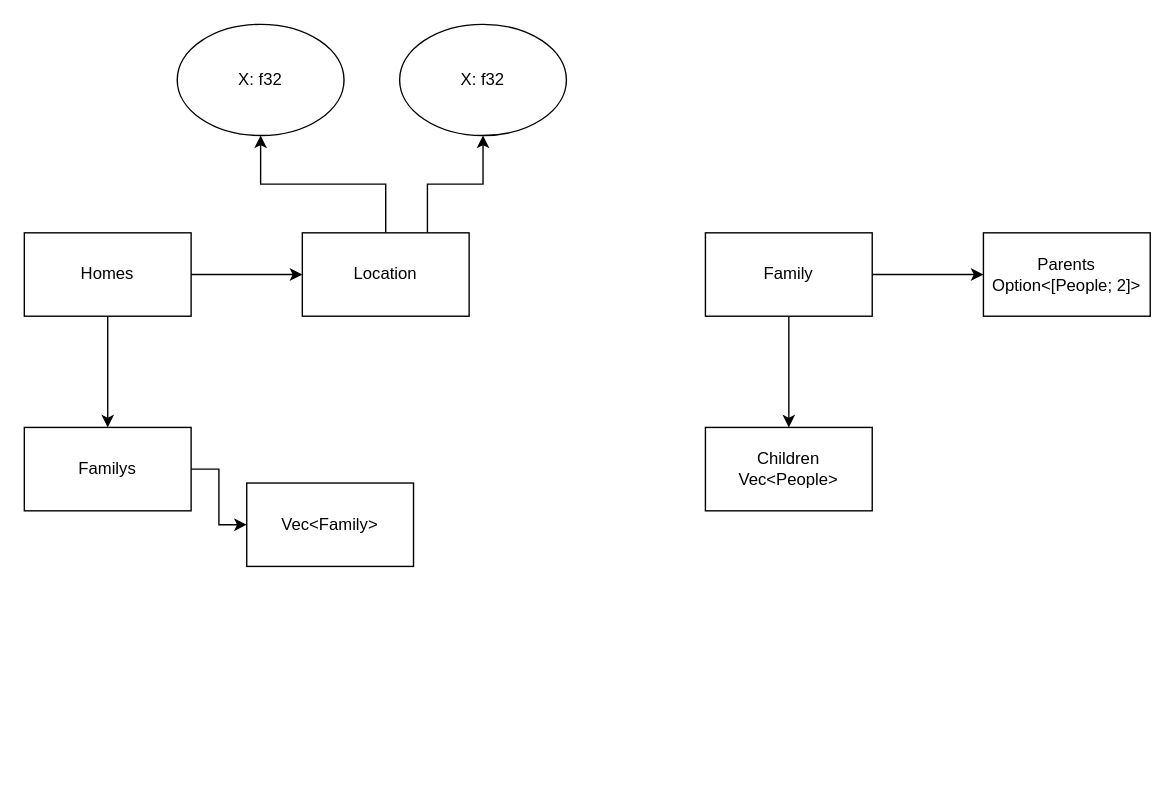
This is EpidemicAmethyst/EpidemicDataStructure.drawio from IAmMadfly/AmethystTests, a draw.io file, before an edit. Source tidied: cells renumbered, new cells numbered last; positions are measured from the earlier drawing's top-left corner, leaving out a move shared by most shapes. Both pictures are drawn from the tidied source at 139%, with x=0, y=0 at pixel (24, 24).
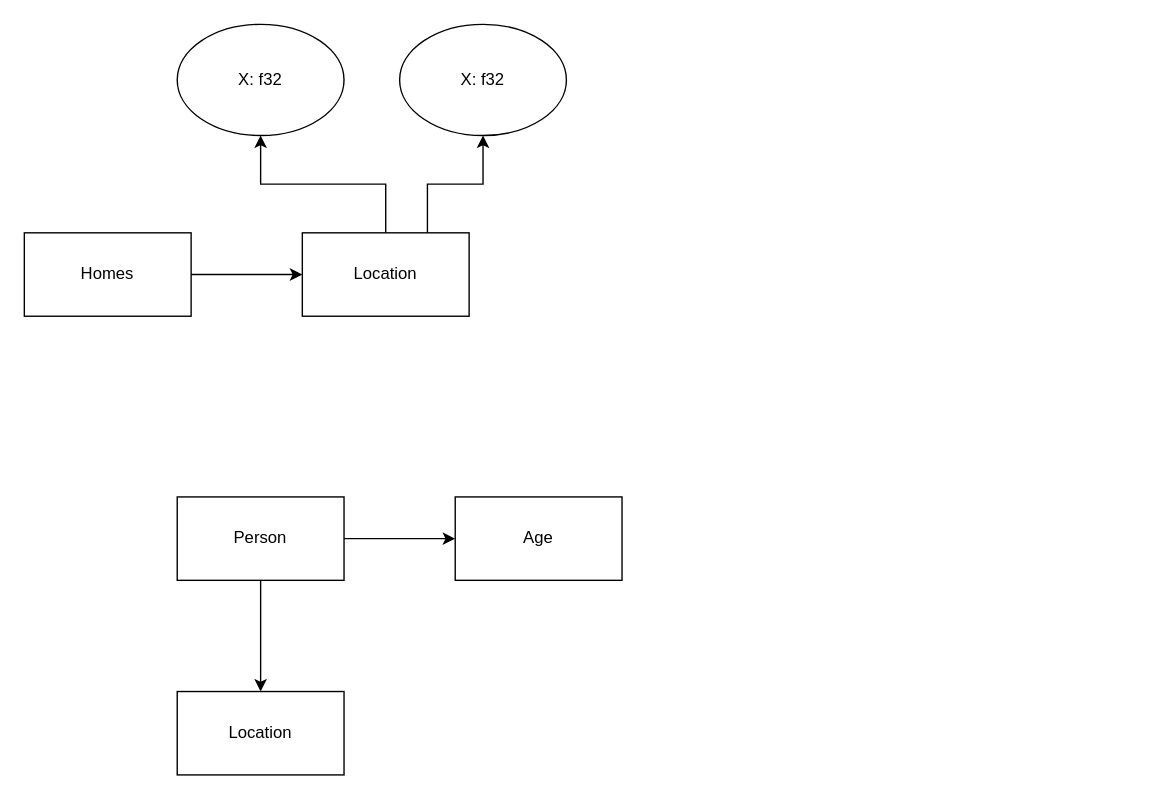
The same page after the edit.

Commit message (it also covers changes not shown here):
Adding new structure of course

Diff of the diagram source:
```diff
@@
 <mxGraphModel>
   <root>
     <mxCell id="0" />
     <mxCell id="1" parent="0" />
     <mxCell id="2" style="edgeStyle=orthogonalEdgeStyle;rounded=0;jettySize=auto;html=1;" parent="1" edge="1" source="4" target="7">
       <mxGeometry relative="1" as="geometry" />
     </mxCell>
-    <mxCell id="3" style="edgeStyle=orthogonalEdgeStyle;rounded=0;jettySize=auto;html=1;" parent="1" edge="1" source="4" target="11">
-      <mxGeometry relative="1" as="geometry" />
-    </mxCell>
     <mxCell id="4" value="Homes" style="rounded=0;whiteSpace=wrap;html=1;" parent="1" vertex="1">
       <mxGeometry y="150" width="120" height="60" as="geometry" />
     </mxCell>
     <mxCell id="5" style="edgeStyle=orthogonalEdgeStyle;rounded=0;jettySize=auto;html=1;" parent="1" edge="1" source="7" target="8">
       <mxGeometry relative="1" as="geometry" />
     </mxCell>
     <mxCell id="6" style="edgeStyle=orthogonalEdgeStyle;rounded=0;jettySize=auto;html=1;exitX=0.75;exitY=0;exitDx=0;exitDy=0;entryX=0.5;entryY=1;entryDx=0;entryDy=0;" parent="1" edge="1" source="7" target="9">
       <mxGeometry relative="1" as="geometry" />
     </mxCell>
     <mxCell id="7" value="Location" style="whiteSpace=wrap;html=1;rounded=0;" parent="1" vertex="1">
       <mxGeometry x="200" y="150" width="120" height="60" as="geometry" />
     </mxCell>
     <mxCell id="8" value="X: f32" style="ellipse;whiteSpace=wrap;html=1;rounded=0;" parent="1" vertex="1">
       <mxGeometry x="110" width="120" height="80" as="geometry" />
     </mxCell>
     <mxCell id="9" value="X: f32" style="ellipse;whiteSpace=wrap;html=1;rounded=0;" parent="1" vertex="1">
       <mxGeometry x="270" width="120" height="80" as="geometry" />
     </mxCell>
-    <mxCell id="10" style="edgeStyle=orthogonalEdgeStyle;rounded=0;jettySize=auto;html=1;" parent="1" edge="1" source="11" target="12">
-      <mxGeometry relative="1" as="geometry" />
-    </mxCell>
-    <mxCell id="11" value="Familys" style="whiteSpace=wrap;html=1;rounded=0;" parent="1" vertex="1">
-      <mxGeometry y="290" width="120" height="60" as="geometry" />
-    </mxCell>
-    <mxCell id="12" value="Vec&amp;lt;Family&amp;gt;" style="whiteSpace=wrap;html=1;rounded=0;" parent="1" vertex="1">
-      <mxGeometry x="160" y="330" width="120" height="60" as="geometry" />
-    </mxCell>
-    <mxCell id="13" style="edgeStyle=orthogonalEdgeStyle;rounded=0;jettySize=auto;html=1;" parent="1" edge="1" source="15" target="16">
-      <mxGeometry relative="1" as="geometry" />
-    </mxCell>
-    <mxCell id="14" style="edgeStyle=orthogonalEdgeStyle;rounded=0;jettySize=auto;html=1;" parent="1" edge="1" source="15" target="17">
-      <mxGeometry relative="1" as="geometry" />
-    </mxCell>
-    <mxCell id="15" value="Family" style="rounded=0;whiteSpace=wrap;html=1;" parent="1" vertex="1">
-      <mxGeometry x="490" y="150" width="120" height="60" as="geometry" />
-    </mxCell>
-    <mxCell id="16" value="Parents Option&amp;lt;[People; 2]&amp;gt;" style="whiteSpace=wrap;html=1;rounded=0;" parent="1" vertex="1">
-      <mxGeometry x="690" y="150" width="120" height="60" as="geometry" />
-    </mxCell>
-    <mxCell id="17" value="Children Vec&amp;lt;People&amp;gt;" style="whiteSpace=wrap;html=1;rounded=0;" parent="1" vertex="1">
-      <mxGeometry x="490" y="290" width="120" height="60" as="geometry" />
-    </mxCell>
+    <mxCell id="18" style="edgeStyle=orthogonalEdgeStyle;rounded=0;jettySize=auto;html=1;" parent="1" edge="1" source="20" target="21">
+      <mxGeometry relative="1" as="geometry" />
+    </mxCell>
+    <mxCell id="19" style="edgeStyle=orthogonalEdgeStyle;rounded=0;jettySize=auto;html=1;" parent="1" edge="1" source="20" target="22">
+      <mxGeometry relative="1" as="geometry" />
+    </mxCell>
+    <mxCell id="20" value="Person" style="rounded=0;whiteSpace=wrap;html=1;" parent="1" vertex="1">
+      <mxGeometry x="110" y="340" width="120" height="60" as="geometry" />
+    </mxCell>
+    <mxCell id="21" value="Age" style="whiteSpace=wrap;html=1;rounded=0;" parent="1" vertex="1">
+      <mxGeometry x="310" y="340" width="120" height="60" as="geometry" />
+    </mxCell>
+    <mxCell id="22" value="Location" style="whiteSpace=wrap;html=1;rounded=0;" parent="1" vertex="1">
+      <mxGeometry x="110" y="480" width="120" height="60" as="geometry" />
+    </mxCell>
   </root>
 </mxGraphModel>
```
